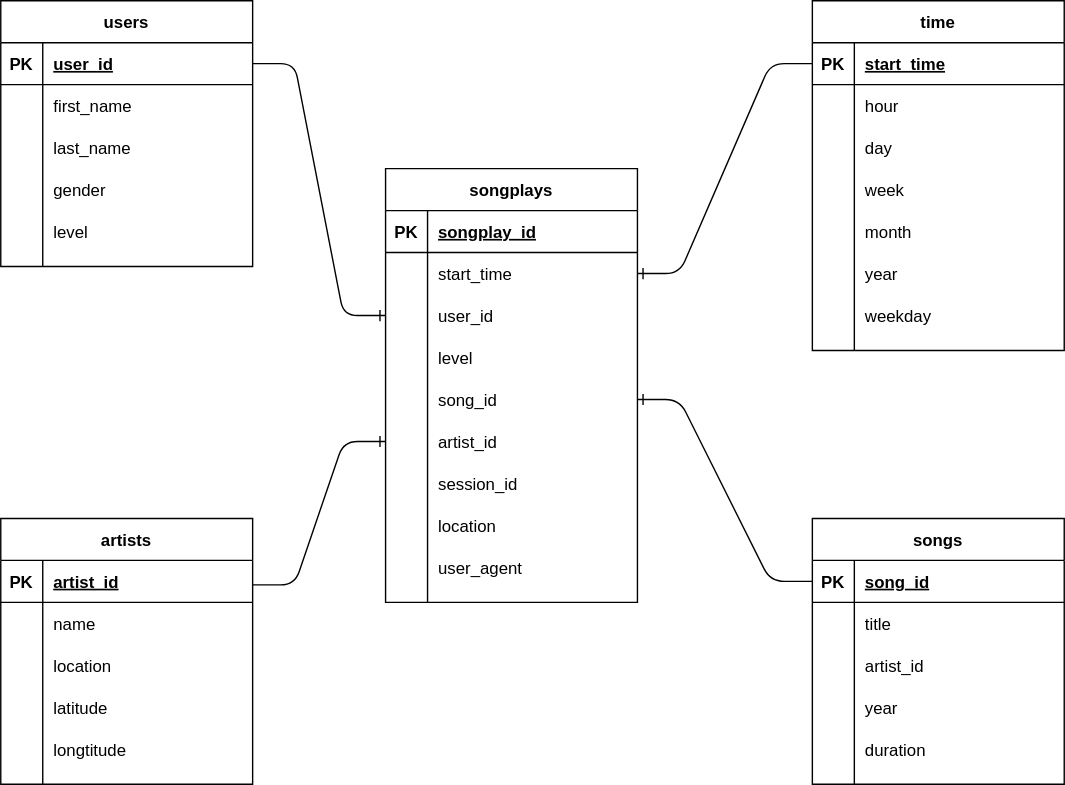
The draw.io diagram data-engineering/data modeling/Data Modeling with Postgres/files/images/sparkify_schema.svg in vuanhtuan1012/data-engineering, before a commit. Source tidied: cells renumbered, new cells last; positions are measured from the earlier drawing's top-left corner, leaving out a move shared by most shapes.
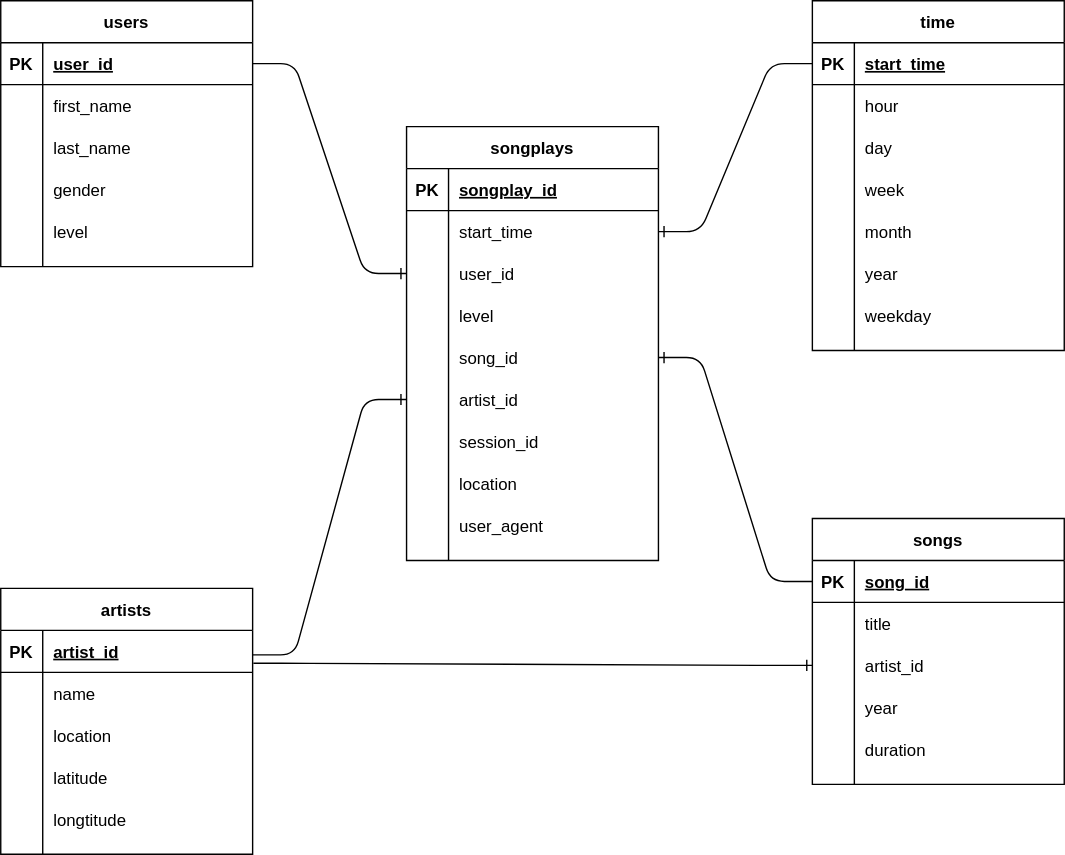
The same diagram one commit later.

Commit message:
update database scheme

The edit, as a diff of the source:
```diff
@@ -99,7 +99,7 @@
       <mxGeometry x="30" width="150" height="30" as="geometry" />
     </mxCell>
     <mxCell id="34" value="artists" style="shape=table;startSize=30;rowLines=0;fontStyle=1;align=center;" parent="1" vertex="1">
-      <mxGeometry y="370" width="180" height="190" as="geometry" />
+      <mxGeometry y="420" width="180" height="190" as="geometry" />
     </mxCell>
     <mxCell id="35" style="shape=partialRectangle;fillColor=none;top=0;left=0;bottom=1;right=0;points=[[0,0.5],[1,0.5]];portConstraint=eastwest;" parent="34" vertex="1">
       <mxGeometry y="30" width="180" height="30" as="geometry" />
@@ -213,7 +213,7 @@
       <mxGeometry x="30" width="150" height="30" as="geometry" />
     </mxCell>
     <mxCell id="72" value="songplays" style="shape=table;startSize=30;rowLines=0;fontStyle=1;align=center;" parent="1" vertex="1">
-      <mxGeometry x="275" y="120" width="180" height="310" as="geometry" />
+      <mxGeometry x="290" y="90" width="180" height="310" as="geometry" />
     </mxCell>
     <mxCell id="73" style="shape=partialRectangle;fillColor=none;top=0;left=0;bottom=1;right=0;" parent="72" vertex="1">
       <mxGeometry y="30" width="180" height="30" as="geometry" />
@@ -308,5 +308,8 @@
     <mxCell id="103" style="edgeStyle=entityRelationEdgeStyle;fontSize=12;html=1;endArrow=ERone;endFill=1;exitX=0;exitY=0.5;exitDx=0;exitDy=0;entryX=1;entryY=0.5;entryDx=0;entryDy=0;" parent="1" edge="1" source="19" target="85">
       <mxGeometry relative="1" as="geometry" />
     </mxCell>
+    <mxCell id="104" style="edgeStyle=entityRelationEdgeStyle;fontSize=12;html=1;endArrow=ERone;endFill=1;exitX=1.003;exitY=0.783;exitDx=0;exitDy=0;entryX=0;entryY=0.5;entryDx=0;entryDy=0;exitPerimeter=0;" parent="1" edge="1" source="35" target="25">
+      <mxGeometry relative="1" as="geometry" />
+    </mxCell>
   </root>
 </mxGraphModel>
```
